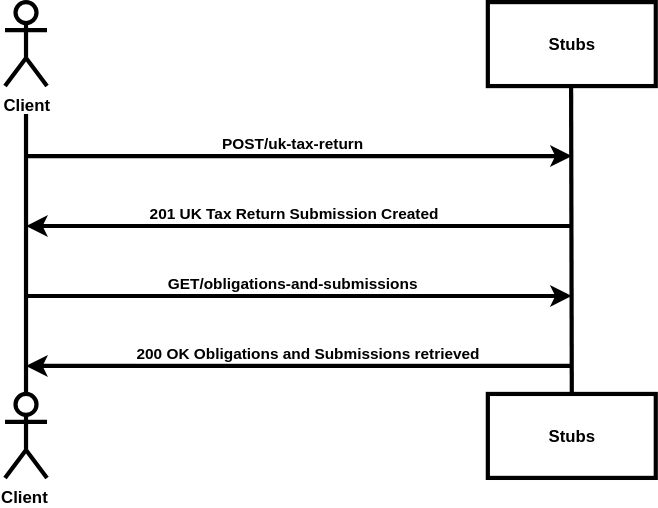
Before: source/documentation/figures/submituktr-test-sequence.svg, a diagram exported from draw.io (hmrc/pillar2-service-guide). Source tidied: cells renumbered, new cells last; positions are measured from the earlier drawing's top-left corner, leaving out a move shared by most shapes. Source of this version:
```xml
<mxGraphModel>
  <root>
    <mxCell id="0" />
    <mxCell id="1" parent="0" />
    <mxCell id="2" value="Client" style="shape=umlActor;verticalLabelPosition=bottom;verticalAlign=top;html=1;fontStyle=1;strokeWidth=3;" parent="1" vertex="1">
      <mxGeometry width="30" height="60" as="geometry" />
    </mxCell>
    <mxCell id="3" value="Client&amp;nbsp;" style="shape=umlActor;verticalLabelPosition=bottom;verticalAlign=top;html=1;fontStyle=1;strokeWidth=3;" parent="1" vertex="1">
      <mxGeometry y="280" width="30" height="60" as="geometry" />
    </mxCell>
    <mxCell id="4" style="endArrow=none;html=1;rounded=0;fontStyle=1;strokeWidth=3;" parent="1" edge="1">
      <mxGeometry relative="1" as="geometry">
        <mxPoint x="15" y="280" as="sourcePoint" />
        <mxPoint x="15" y="80" as="targetPoint" />
      </mxGeometry>
    </mxCell>
    <mxCell id="5" value="Stubs" style="rounded=0;whiteSpace=wrap;html=1;fontStyle=1;strokeWidth=3;" parent="1" vertex="1">
      <mxGeometry x="345" width="120" height="60" as="geometry" />
    </mxCell>
    <mxCell id="6" value="Stubs" style="rounded=0;whiteSpace=wrap;html=1;fontStyle=1;strokeWidth=3;" parent="1" vertex="1">
      <mxGeometry x="345" y="280" width="120" height="60" as="geometry" />
    </mxCell>
    <mxCell id="7" style="endArrow=none;html=1;rounded=0;exitX=0.5;exitY=0;exitDx=0;exitDy=0;fontStyle=1;strokeWidth=3;" parent="1" edge="1" source="6">
      <mxGeometry relative="1" as="geometry">
        <mxPoint x="404.5" y="60" as="targetPoint" />
      </mxGeometry>
    </mxCell>
    <mxCell id="8" style="endArrow=classic;html=1;rounded=0;fontStyle=1;strokeWidth=3;" parent="1" edge="1">
      <mxGeometry relative="1" as="geometry">
        <mxPoint x="15" y="110" as="sourcePoint" />
        <mxPoint x="405" y="110" as="targetPoint" />
      </mxGeometry>
    </mxCell>
    <mxCell id="9" value="POST/uk-tax-return" style="edgeLabel;html=1;align=center;verticalAlign=middle;fontStyle=1;" parent="8" vertex="1">
      <mxGeometry x="-0.19" relative="1" as="geometry">
        <mxPoint x="31" y="-10" as="offset" />
      </mxGeometry>
    </mxCell>
    <mxCell id="10" style="endArrow=classic;html=1;rounded=0;fontStyle=1;strokeWidth=3;" parent="1" edge="1">
      <mxGeometry relative="1" as="geometry">
        <mxPoint x="405" y="160" as="sourcePoint" />
        <mxPoint x="15" y="160" as="targetPoint" />
      </mxGeometry>
    </mxCell>
    <mxCell id="11" value="201 UK Tax Return Submission Created" style="edgeLabel;html=1;align=center;verticalAlign=middle;fontStyle=1;" parent="10" vertex="1">
      <mxGeometry x="0.13" relative="1" as="geometry">
        <mxPoint x="20" y="-10" as="offset" />
      </mxGeometry>
    </mxCell>
    <mxCell id="12" style="endArrow=classic;html=1;rounded=0;fontStyle=1;strokeWidth=3;" parent="1" edge="1">
      <mxGeometry relative="1" as="geometry">
        <mxPoint x="15" y="210" as="sourcePoint" />
        <mxPoint x="405" y="210" as="targetPoint" />
      </mxGeometry>
    </mxCell>
    <mxCell id="13" value="GET/obligations-and-submissions" style="edgeLabel;html=1;align=center;verticalAlign=middle;fontStyle=1;" parent="12" vertex="1">
      <mxGeometry x="-0.15" y="-2" relative="1" as="geometry">
        <mxPoint x="23" y="-12" as="offset" />
      </mxGeometry>
    </mxCell>
    <mxCell id="14" style="endArrow=classic;html=1;rounded=0;fontStyle=1;strokeWidth=3;" parent="1" edge="1">
      <mxGeometry relative="1" as="geometry">
        <mxPoint x="405" y="260" as="sourcePoint" />
        <mxPoint x="15" y="260" as="targetPoint" />
      </mxGeometry>
    </mxCell>
    <mxCell id="15" value="200 OK Obligations and Submissions retrieved" style="edgeLabel;html=1;align=center;verticalAlign=middle;fontStyle=1;" parent="14" vertex="1">
      <mxGeometry y="2" relative="1" as="geometry">
        <mxPoint x="5" y="-12" as="offset" />
      </mxGeometry>
    </mxCell>
  </root>
</mxGraphModel>
```
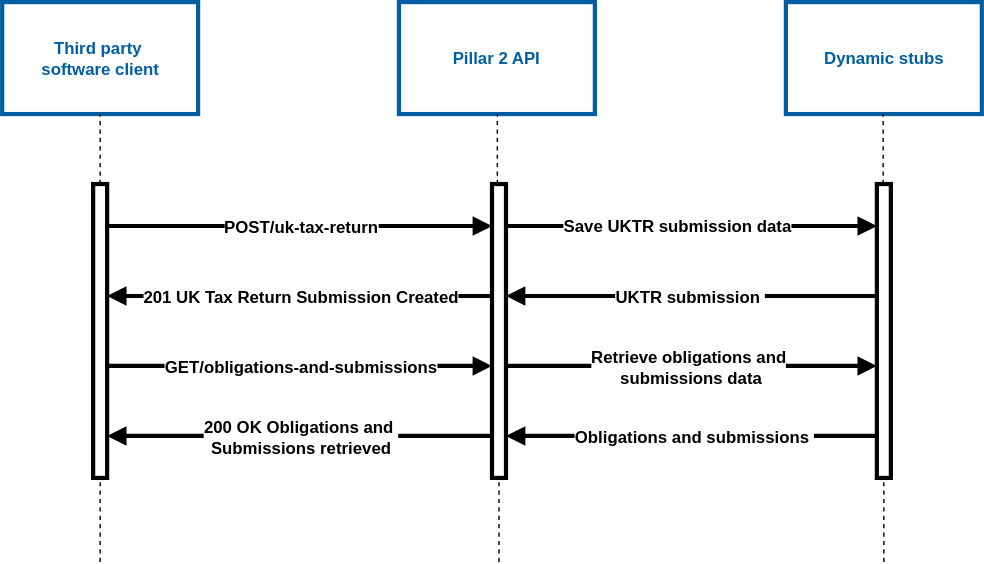
After the change.

Commit message:
Updated sequence diagrams

What changed in the source:
```diff
@@ -2,72 +2,123 @@
   <root>
     <mxCell id="0" />
     <mxCell id="1" parent="0" />
-    <mxCell id="2" value="Client" style="shape=umlActor;verticalLabelPosition=bottom;verticalAlign=top;html=1;fontStyle=1;strokeWidth=3;" parent="1" vertex="1">
-      <mxGeometry width="30" height="60" as="geometry" />
-    </mxCell>
-    <mxCell id="3" value="Client&amp;nbsp;" style="shape=umlActor;verticalLabelPosition=bottom;verticalAlign=top;html=1;fontStyle=1;strokeWidth=3;" parent="1" vertex="1">
-      <mxGeometry y="280" width="30" height="60" as="geometry" />
-    </mxCell>
-    <mxCell id="4" style="endArrow=none;html=1;rounded=0;fontStyle=1;strokeWidth=3;" parent="1" edge="1">
-      <mxGeometry relative="1" as="geometry">
-        <mxPoint x="15" y="280" as="sourcePoint" />
-        <mxPoint x="15" y="80" as="targetPoint" />
-      </mxGeometry>
-    </mxCell>
-    <mxCell id="5" value="Stubs" style="rounded=0;whiteSpace=wrap;html=1;fontStyle=1;strokeWidth=3;" parent="1" vertex="1">
-      <mxGeometry x="345" width="120" height="60" as="geometry" />
-    </mxCell>
-    <mxCell id="6" value="Stubs" style="rounded=0;whiteSpace=wrap;html=1;fontStyle=1;strokeWidth=3;" parent="1" vertex="1">
-      <mxGeometry x="345" y="280" width="120" height="60" as="geometry" />
-    </mxCell>
-    <mxCell id="7" style="endArrow=none;html=1;rounded=0;exitX=0.5;exitY=0;exitDx=0;exitDy=0;fontStyle=1;strokeWidth=3;" parent="1" edge="1" source="6">
-      <mxGeometry relative="1" as="geometry">
-        <mxPoint x="404.5" y="60" as="targetPoint" />
-      </mxGeometry>
-    </mxCell>
-    <mxCell id="8" style="endArrow=classic;html=1;rounded=0;fontStyle=1;strokeWidth=3;" parent="1" edge="1">
-      <mxGeometry relative="1" as="geometry">
-        <mxPoint x="15" y="110" as="sourcePoint" />
-        <mxPoint x="405" y="110" as="targetPoint" />
-      </mxGeometry>
-    </mxCell>
+    <mxCell id="16" value="&lt;b&gt;&lt;font style=&quot;color: light-dark(rgb(0, 94, 165), rgb(237, 237, 237));&quot;&gt;Third party&amp;nbsp;&lt;/font&gt;&lt;/b&gt;&lt;div&gt;&lt;b&gt;&lt;font style=&quot;color: light-dark(rgb(0, 94, 165), rgb(237, 237, 237));&quot;&gt;software client&lt;/font&gt;&lt;/b&gt;&lt;/div&gt;" style="rounded=0;whiteSpace=wrap;html=1;strokeWidth=3;strokeColor=light-dark(#005ea5, #ededed);" parent="1" vertex="1">
+      <mxGeometry x="-25" y="50" width="140" height="80" as="geometry" />
+    </mxCell>
+    <mxCell id="17" style="endArrow=none;dashed=1;html=1;rounded=0;strokeWidth=1;" parent="1" edge="1" source="19" target="16">
+      <mxGeometry relative="1" as="geometry" />
+    </mxCell>
+    <mxCell id="18" style="endArrow=none;dashed=1;html=1;rounded=0;strokeWidth=1;" parent="1" edge="1" target="19">
+      <mxGeometry relative="1" as="geometry">
+        <mxPoint x="45" y="450" as="sourcePoint" />
+      </mxGeometry>
+    </mxCell>
+    <mxCell id="19" style="html=1;points=[[0,0,0,0,5],[0,1,0,0,-5],[1,0,0,0,5],[1,1,0,0,-5]];perimeter=orthogonalPerimeter;outlineConnect=0;targetShapes=umlLifeline;portConstraint=eastwest;newEdgeStyle={&quot;curved&quot;:0,&quot;rounded&quot;:0};strokeWidth=3;" parent="1" vertex="1">
+      <mxGeometry x="40" y="180" width="10" height="210" as="geometry" />
+    </mxCell>
+    <mxCell id="20" value="&lt;b&gt;&lt;font style=&quot;color: light-dark(rgb(0, 94, 165), rgb(237, 237, 237));&quot;&gt;Pillar 2 API&lt;/font&gt;&lt;/b&gt;" style="rounded=0;whiteSpace=wrap;html=1;strokeWidth=3;strokeColor=light-dark(#005ea5, #ededed);" parent="1" vertex="1">
+      <mxGeometry x="258.5" y="50" width="140" height="80" as="geometry" />
+    </mxCell>
+    <mxCell id="21" style="endArrow=none;dashed=1;html=1;rounded=0;strokeWidth=1;" parent="1" edge="1" source="26" target="20">
+      <mxGeometry relative="1" as="geometry" />
+    </mxCell>
+    <mxCell id="22" style="endArrow=none;dashed=1;html=1;rounded=0;strokeWidth=1;" parent="1" edge="1" target="26">
+      <mxGeometry relative="1" as="geometry">
+        <mxPoint x="330" y="450" as="sourcePoint" />
+      </mxGeometry>
+    </mxCell>
+    <mxCell id="23" style="endArrow=block;html=1;rounded=0;strokeWidth=3;endFill=1;" parent="1" edge="1" source="19" target="26">
+      <mxGeometry relative="1" as="geometry">
+        <Array as="points">
+          <mxPoint x="225" y="210" />
+        </Array>
+      </mxGeometry>
+    </mxCell>
-    <mxCell id="9" value="POST/uk-tax-return" style="edgeLabel;html=1;align=center;verticalAlign=middle;fontStyle=1;" parent="8" vertex="1">
-      <mxGeometry x="-0.19" relative="1" as="geometry">
-        <mxPoint x="31" y="-10" as="offset" />
-      </mxGeometry>
+    <mxCell id="9" value="POST/uk-tax-return" style="edgeLabel;html=1;align=center;verticalAlign=middle;fontStyle=1;fontSize=12;" parent="23" vertex="1">
+      <mxGeometry relative="1" as="geometry" />
     </mxCell>
-    <mxCell id="10" style="endArrow=classic;html=1;rounded=0;fontStyle=1;strokeWidth=3;" parent="1" edge="1">
-      <mxGeometry relative="1" as="geometry">
-        <mxPoint x="405" y="160" as="sourcePoint" />
-        <mxPoint x="15" y="160" as="targetPoint" />
-      </mxGeometry>
-    </mxCell>
+    <mxCell id="24" value="&lt;b style=&quot;background-color: transparent; color: light-dark(rgb(0, 0, 0), rgb(255, 255, 255));&quot;&gt;&lt;font style=&quot;color: light-dark(rgb(0, 94, 165), rgb(237, 237, 237));&quot;&gt;Dynamic stubs&lt;/font&gt;&lt;/b&gt;" style="rounded=0;whiteSpace=wrap;html=1;strokeWidth=3;strokeColor=light-dark(#005ea5, #ededed);" parent="1" vertex="1">
+      <mxGeometry x="535" y="50" width="140" height="80" as="geometry" />
+    </mxCell>
+    <mxCell id="25" style="endArrow=block;html=1;rounded=0;exitX=0.5;exitY=0.125;exitDx=0;exitDy=0;exitPerimeter=0;strokeWidth=3;endFill=1;" parent="1" edge="1" target="26">
+      <mxGeometry relative="1" as="geometry">
+        <mxPoint x="50" y="310" as="sourcePoint" />
+      </mxGeometry>
+    </mxCell>
+    <mxCell id="13" value="GET/obligations-and-submissions" style="edgeLabel;html=1;align=center;verticalAlign=middle;fontStyle=1;fontSize=12;" parent="25" vertex="1">
+      <mxGeometry relative="1" as="geometry" />
+    </mxCell>
+    <mxCell id="26" style="html=1;points=[[0,0,0,0,5],[0,1,0,0,-5],[1,0,0,0,5],[1,1,0,0,-5]];perimeter=orthogonalPerimeter;outlineConnect=0;targetShapes=umlLifeline;portConstraint=eastwest;newEdgeStyle={&quot;curved&quot;:0,&quot;rounded&quot;:0};strokeWidth=3;" parent="1" vertex="1">
+      <mxGeometry x="325" y="180" width="10" height="210" as="geometry" />
+    </mxCell>
+    <mxCell id="27" style="endArrow=block;html=1;rounded=0;strokeWidth=3;endFill=1;" parent="1" edge="1" source="26">
+      <mxGeometry relative="1" as="geometry">
+        <mxPoint x="600" y="210" as="targetPoint" />
+      </mxGeometry>
+    </mxCell>
+    <mxCell id="28" value="&lt;span style=&quot;font-size: 12px;&quot;&gt;&lt;b&gt;Save UKTR submission data&lt;/b&gt;&lt;/span&gt;" style="edgeLabel;html=1;align=center;verticalAlign=middle;" parent="27" vertex="1">
+      <mxGeometry x="-0.09" y="2" relative="1" as="geometry">
+        <mxPoint x="1" y="1" as="offset" />
+      </mxGeometry>
+    </mxCell>
+    <mxCell id="29" style="endArrow=none;html=1;rounded=0;strokeWidth=3;startArrow=block;startFill=1;endFill=0;" parent="1" edge="1" source="19">
+      <mxGeometry relative="1" as="geometry">
+        <mxPoint x="325" y="260" as="targetPoint" />
+      </mxGeometry>
+    </mxCell>
-    <mxCell id="11" value="201 UK Tax Return Submission Created" style="edgeLabel;html=1;align=center;verticalAlign=middle;fontStyle=1;" parent="10" vertex="1">
-      <mxGeometry x="0.13" relative="1" as="geometry">
-        <mxPoint x="20" y="-10" as="offset" />
-      </mxGeometry>
+    <mxCell id="11" value="201 UK Tax Return Submission Created" style="edgeLabel;html=1;align=center;verticalAlign=middle;fontStyle=1;fontSize=12;" parent="29" vertex="1">
+      <mxGeometry relative="1" as="geometry" />
     </mxCell>
-    <mxCell id="12" style="endArrow=classic;html=1;rounded=0;fontStyle=1;strokeWidth=3;" parent="1" edge="1">
-      <mxGeometry relative="1" as="geometry">
-        <mxPoint x="15" y="210" as="sourcePoint" />
-        <mxPoint x="405" y="210" as="targetPoint" />
-      </mxGeometry>
-    </mxCell>
-    <mxCell id="13" value="GET/obligations-and-submissions" style="edgeLabel;html=1;align=center;verticalAlign=middle;fontStyle=1;" parent="12" vertex="1">
-      <mxGeometry x="-0.15" y="-2" relative="1" as="geometry">
-        <mxPoint x="23" y="-12" as="offset" />
-      </mxGeometry>
-    </mxCell>
-    <mxCell id="14" style="endArrow=classic;html=1;rounded=0;fontStyle=1;strokeWidth=3;" parent="1" edge="1">
-      <mxGeometry relative="1" as="geometry">
-        <mxPoint x="405" y="260" as="sourcePoint" />
-        <mxPoint x="15" y="260" as="targetPoint" />
-      </mxGeometry>
-    </mxCell>
+    <mxCell id="30" style="endArrow=none;html=1;rounded=0;exitX=0.5;exitY=0.125;exitDx=0;exitDy=0;exitPerimeter=0;strokeWidth=3;startArrow=block;startFill=1;endFill=0;" parent="1" edge="1">
+      <mxGeometry relative="1" as="geometry">
+        <mxPoint x="50" y="360" as="sourcePoint" />
+        <mxPoint x="325" y="360" as="targetPoint" />
+      </mxGeometry>
+    </mxCell>
-    <mxCell id="15" value="200 OK Obligations and Submissions retrieved" style="edgeLabel;html=1;align=center;verticalAlign=middle;fontStyle=1;" parent="14" vertex="1">
-      <mxGeometry y="2" relative="1" as="geometry">
-        <mxPoint x="5" y="-12" as="offset" />
-      </mxGeometry>
+    <mxCell id="15" value="200 OK Obligations and&amp;nbsp;&lt;div&gt;Submissions retrieved&lt;/div&gt;" style="edgeLabel;html=1;align=center;verticalAlign=middle;fontStyle=1;fontSize=12;" parent="30" vertex="1">
+      <mxGeometry relative="1" as="geometry" />
     </mxCell>
+    <mxCell id="31" style="endArrow=block;html=1;rounded=0;exitX=0.5;exitY=0.125;exitDx=0;exitDy=0;exitPerimeter=0;strokeWidth=3;endFill=1;" parent="1" edge="1" target="33">
+      <mxGeometry relative="1" as="geometry">
+        <mxPoint x="335" y="310" as="sourcePoint" />
+      </mxGeometry>
+    </mxCell>
+    <mxCell id="32" value="&lt;font style=&quot;font-size: 12px;&quot;&gt;&lt;b&gt;Retrieve obligations and&lt;/b&gt;&lt;/font&gt;&lt;div&gt;&lt;font style=&quot;font-size: 12px;&quot;&gt;&lt;b&gt;&amp;nbsp;submissions data&lt;/b&gt;&lt;/font&gt;&lt;/div&gt;" style="edgeLabel;html=1;align=center;verticalAlign=middle;" parent="31" vertex="1">
+      <mxGeometry x="-0.03" y="3" relative="1" as="geometry">
+        <mxPoint x="1" y="3" as="offset" />
+      </mxGeometry>
+    </mxCell>
+    <mxCell id="33" style="html=1;points=[[0,0,0,0,5],[0,1,0,0,-5],[1,0,0,0,5],[1,1,0,0,-5]];perimeter=orthogonalPerimeter;outlineConnect=0;targetShapes=umlLifeline;portConstraint=eastwest;newEdgeStyle={&quot;curved&quot;:0,&quot;rounded&quot;:0};strokeWidth=3;" parent="1" vertex="1">
+      <mxGeometry x="600" y="180" width="10" height="210" as="geometry" />
+    </mxCell>
+    <mxCell id="34" style="endArrow=none;dashed=1;html=1;rounded=0;strokeWidth=1;" parent="1" edge="1">
+      <mxGeometry relative="1" as="geometry">
+        <mxPoint x="604.5" y="180" as="sourcePoint" />
+        <mxPoint x="604.5" y="130" as="targetPoint" />
+      </mxGeometry>
+    </mxCell>
+    <mxCell id="35" style="endArrow=none;dashed=1;html=1;rounded=0;strokeWidth=1;" parent="1" edge="1" target="33">
+      <mxGeometry relative="1" as="geometry">
+        <mxPoint x="605" y="450" as="sourcePoint" />
+      </mxGeometry>
+    </mxCell>
+    <mxCell id="36" style="endArrow=none;html=1;rounded=0;strokeWidth=3;startArrow=block;startFill=1;endFill=0;" parent="1" edge="1" target="33">
+      <mxGeometry relative="1" as="geometry">
+        <mxPoint x="335" y="260" as="sourcePoint" />
+      </mxGeometry>
+    </mxCell>
+    <mxCell id="37" value="UKTR submission&amp;nbsp;" style="edgeLabel;html=1;align=center;verticalAlign=middle;fontStyle=1;fontSize=12;" parent="36" vertex="1">
+      <mxGeometry relative="1" as="geometry">
+        <mxPoint x="-3" as="offset" />
+      </mxGeometry>
+    </mxCell>
+    <mxCell id="38" style="endArrow=none;html=1;rounded=0;strokeWidth=3;startArrow=block;startFill=1;endFill=0;" parent="1" edge="1" target="33">
+      <mxGeometry relative="1" as="geometry">
+        <mxPoint x="335" y="360" as="sourcePoint" />
+      </mxGeometry>
+    </mxCell>
+    <mxCell id="39" value="Obligations and submissions&amp;nbsp;" style="edgeLabel;html=1;align=center;verticalAlign=middle;fontStyle=1;fontSize=12;" parent="38" vertex="1">
+      <mxGeometry relative="1" as="geometry" />
+    </mxCell>
   </root>
 </mxGraphModel>
```
